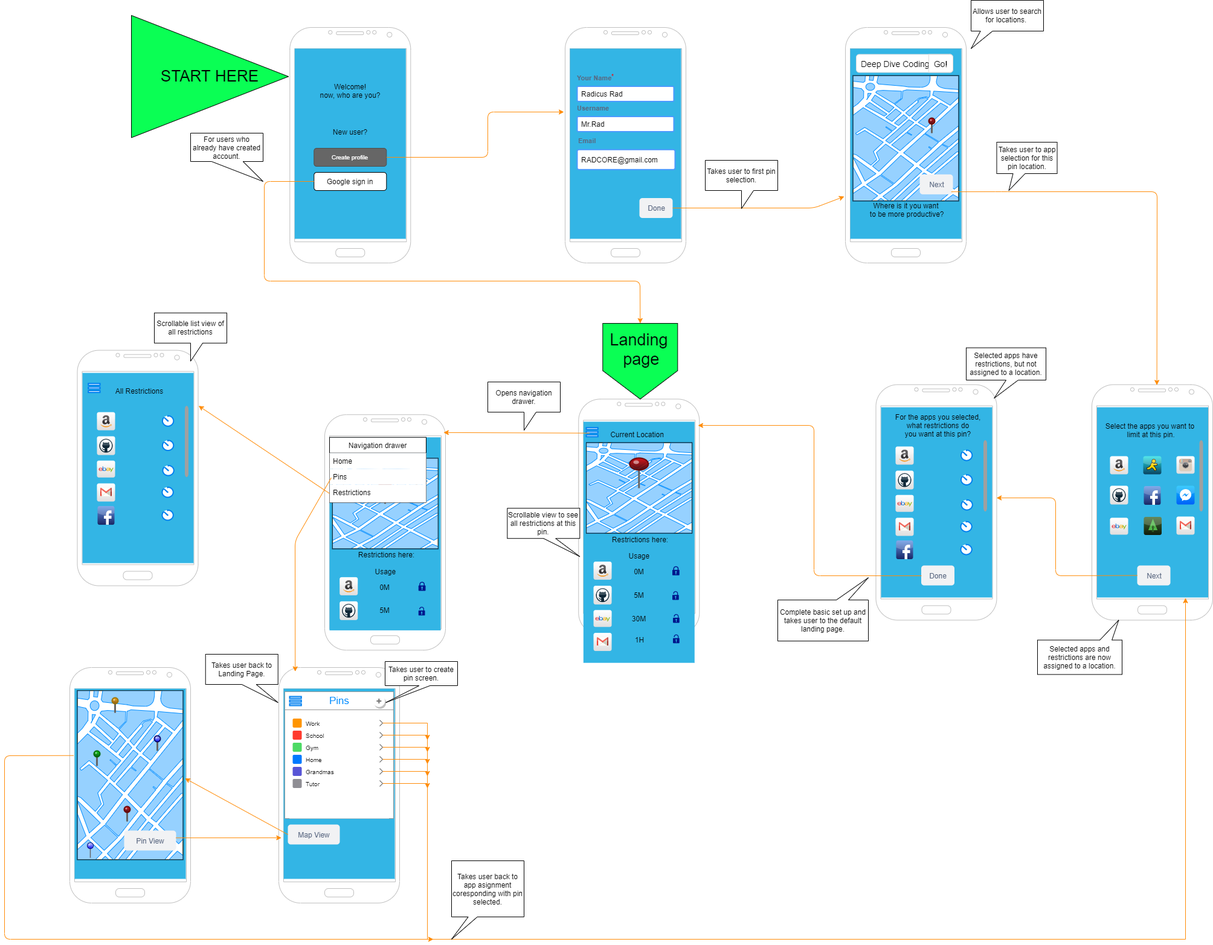
This is docs/wireframe.png from TraceDecker/the-watcher, a draw.io export, as it was before one commit. Source tidied: cells renumbered, new cells last; positions are measured from the earlier drawing's top-left corner, leaving out a move shared by most shapes.
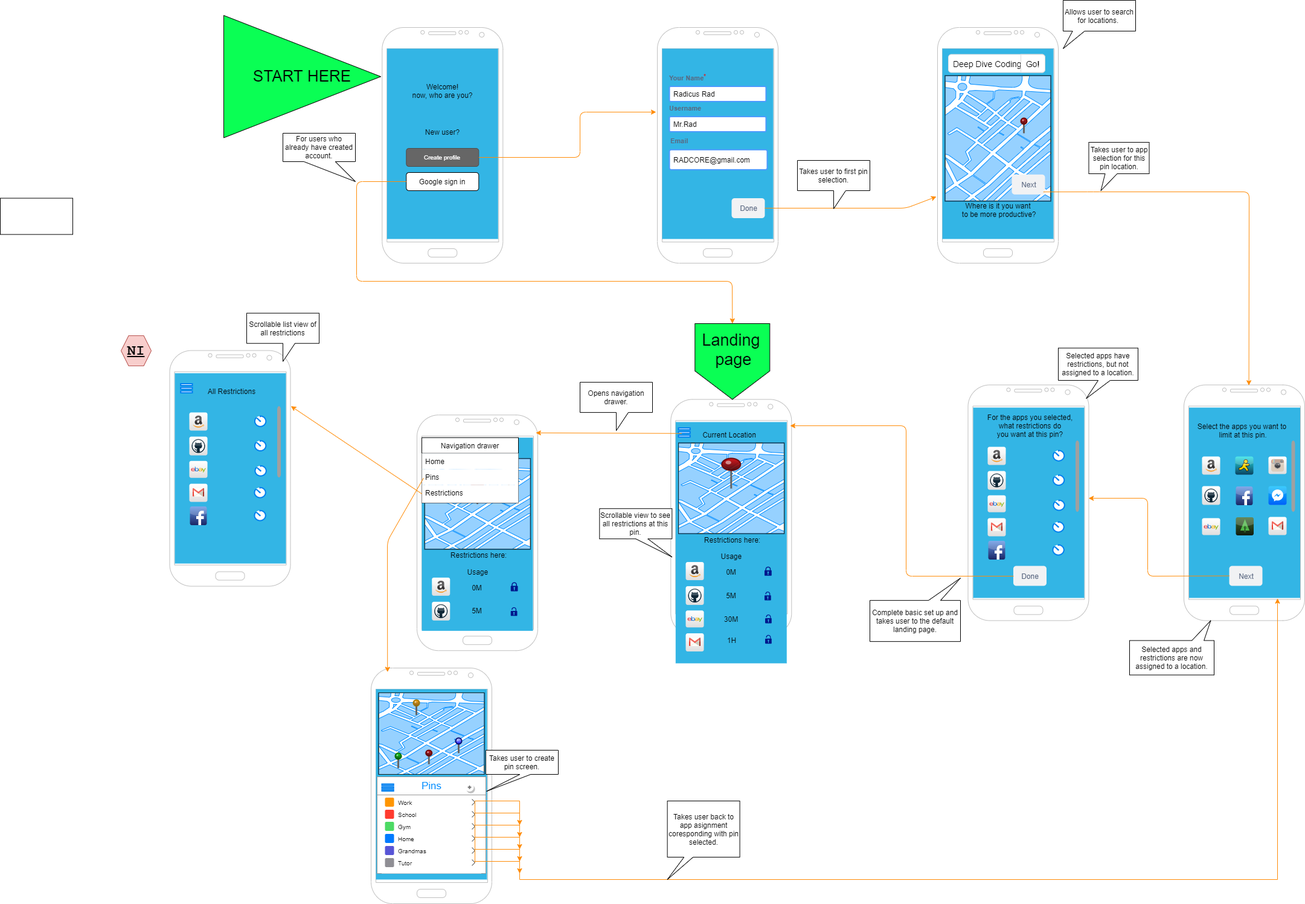
The same file after the commit.

The edit, as a diff of the source:
```diff
@@ -198,13 +198,13 @@
       <mxGeometry x="1034.6" y="936.1" width="30" height="20" as="geometry" />
     </mxCell>
     <mxCell id="59" style="strokeWidth=1;shadow=0;dashed=0;align=center;html=1;shape=mxgraph.mockup.forms.rrect;rSize=0;strokeColor=#999999;fillColor=#ffffff;" parent="1" vertex="1">
-      <mxGeometry x="464" y="1145" width="180" height="210" as="geometry" />
+      <mxGeometry x="464" y="1285" width="180" height="160" as="geometry" />
     </mxCell>
     <mxCell id="60" value="Pins" style="strokeWidth=1;shadow=0;dashed=0;align=center;html=1;shape=mxgraph.mockup.forms.rrect;rSize=0;strokeColor=#999999;fontColor=#008cff;fontSize=17;fillColor=#ffffff;" parent="59" vertex="1">
       <mxGeometry width="180" height="30" relative="1" as="geometry" />
     </mxCell>
     <mxCell id="61" style="shape=rect;strokeColor=none;fillColor=#ffffff;gradientColor=none;shadow=0;" parent="59" vertex="1">
-      <mxGeometry x="8" y="42" width="164" height="168" as="geometry" />
+      <mxGeometry x="8" y="32" width="164" height="128" as="geometry" />
     </mxCell>
     <mxCell id="62" value="Work" style="shape=rect;strokeColor=none;fontSize=10;fontColor=#000000;align=left;spacingLeft=25;spacingTop=2;" parent="61" vertex="1">
       <mxGeometry width="164" height="20" relative="1" as="geometry" />
@@ -295,25 +295,26 @@
       </mxGeometry>
     </mxCell>
     <mxCell id="80" style="shape=ellipse;dashed=0;strokeColor=none;shadow=1;fontSize=13;align=center;verticalAlign=top;labelPosition=center;verticalLabelPosition=bottom;html=1;fillColor=#FFFFFF;" parent="59" vertex="1">
-      <mxGeometry x="146" y="5.6" width="19.7" height="19.7" as="geometry" />
+      <mxGeometry x="146" y="10.3" width="14.1" height="14.1" as="geometry" />
     </mxCell>
     <mxCell id="81" style="dashed=0;html=1;shape=mxgraph.gmdl.plus;strokeColor=#737373;strokeWidth=2;shadow=0;" parent="80" vertex="1">
-      <mxGeometry x="5.9" y="5.9" width="7.9" height="7.9" as="geometry" />
+      <mxGeometry x="4.2" y="4.2" width="5.6" height="5.6" as="geometry" />
     </mxCell>
     <mxCell id="82" style="html=1;verticalLabelPosition=bottom;align=center;labelBackgroundColor=#ffffff;verticalAlign=top;strokeWidth=2;strokeColor=#0080F0;shadow=0;dashed=0;shape=mxgraph.ios7.icons.options;" parent="59" vertex="1">
-      <mxGeometry x="8" y="8" width="19.2" height="15" as="geometry" />
+      <mxGeometry x="8" y="12.1" width="19.2" height="11.4" as="geometry" />
     </mxCell>
     <mxCell id="83" style="edgeStyle=orthogonalEdgeStyle;rounded=0;jettySize=auto;html=1;exitX=1;exitY=0.5;exitDx=0;exitDy=0;exitPerimeter=0;entryX=0.775;entryY=0.906;entryDx=0;entryDy=0;entryPerimeter=0;strokeColor=#FF8C08;" parent="1" edge="1" source="79" target="6">
       <mxGeometry relative="1" as="geometry">
         <Array as="points">
-          <mxPoint x="700" y="1297" />
-          <mxPoint x="700" y="1555" />
-          <mxPoint x="1955" y="1555" />
+          <mxPoint x="626" y="1325" />
+          <mxPoint x="700" y="1325" />
+          <mxPoint x="700" y="1455" />
+          <mxPoint x="1955" y="1455" />
         </Array>
       </mxGeometry>
     </mxCell>
     <mxCell id="84" value="Takes user back to app asignment coresponding with pin selected." style="shape=callout;whiteSpace=wrap;html=1;perimeter=calloutPerimeter;fillColor=#FFFFFF;position2=0;size=37;position=0.23;base=15;" parent="1" vertex="1">
-      <mxGeometry x="740" y="1425" width="120" height="130" as="geometry" />
+      <mxGeometry x="944.6" y="1325" width="120" height="130" as="geometry" />
     </mxCell>
     <mxCell id="85" style="verticalLabelPosition=bottom;verticalAlign=top;html=1;shadow=0;dashed=0;strokeWidth=1;shape=mxgraph.android.phone2;strokeColor=#c0c0c0;fillColor=#FFFFFF;" parent="1" vertex="1">
       <mxGeometry x="1442.5" y="636.5" width="200" height="390" as="geometry" />
@@ -367,36 +368,53 @@
       <mxGeometry x="1592" y="575.5" width="132" height="83.5" as="geometry" />
     </mxCell>
     <mxCell id="98" value="Takes user to create pin screen." style="shape=callout;whiteSpace=wrap;html=1;perimeter=calloutPerimeter;fillColor=#FFFFFF;position2=0.01;size=28;position=0.47;base=18;" parent="1" vertex="1">
-      <mxGeometry x="630" y="1095" width="120" height="68" as="geometry" />
+      <mxGeometry x="644" y="1241" width="120" height="68" as="geometry" />
     </mxCell>
     <mxCell id="99" style="edgeStyle=orthogonalEdgeStyle;rounded=0;jettySize=auto;html=1;exitX=1;exitY=0.5;exitDx=0;exitDy=0;exitPerimeter=0;strokeColor=#FF8C08;" parent="1" edge="1" source="76">
       <mxGeometry relative="1" as="geometry">
-        <mxPoint x="700" y="1305" as="targetPoint" />
+        <mxPoint x="700" y="1445" as="targetPoint" />
+        <Array as="points">
+          <mxPoint x="626" y="1425" />
+          <mxPoint x="700" y="1425" />
+        </Array>
       </mxGeometry>
     </mxCell>
     <mxCell id="100" style="edgeStyle=orthogonalEdgeStyle;rounded=0;jettySize=auto;html=1;exitX=1;exitY=0.5;exitDx=0;exitDy=0;exitPerimeter=0;strokeColor=#FF8C08;" parent="1" edge="1" source="73">
       <mxGeometry relative="1" as="geometry">
-        <mxPoint x="700" y="1285" as="targetPoint" />
+        <mxPoint x="700" y="1425" as="targetPoint" />
+        <Array as="points">
+          <mxPoint x="626" y="1405" />
+          <mxPoint x="700" y="1405" />
+        </Array>
       </mxGeometry>
     </mxCell>
     <mxCell id="101" style="edgeStyle=orthogonalEdgeStyle;rounded=0;jettySize=auto;html=1;exitX=1;exitY=0.5;exitDx=0;exitDy=0;exitPerimeter=0;strokeColor=#FF8C08;" parent="1" edge="1" source="70">
       <mxGeometry relative="1" as="geometry">
-        <mxPoint x="700" y="1265" as="targetPoint" />
+        <mxPoint x="700" y="1405" as="targetPoint" />
+        <Array as="points">
+          <mxPoint x="626" y="1385" />
+          <mxPoint x="700" y="1385" />
+        </Array>
       </mxGeometry>
     </mxCell>
     <mxCell id="102" style="edgeStyle=orthogonalEdgeStyle;rounded=0;jettySize=auto;html=1;exitX=1;exitY=0.5;exitDx=0;exitDy=0;exitPerimeter=0;strokeColor=#FF8C08;" parent="1" edge="1" source="67">
       <mxGeometry relative="1" as="geometry">
-        <mxPoint x="700" y="1245" as="targetPoint" />
+        <mxPoint x="700" y="1385" as="targetPoint" />
+        <Array as="points">
+          <mxPoint x="626" y="1365" />
+          <mxPoint x="700" y="1365" />
+        </Array>
       </mxGeometry>
     </mxCell>
     <mxCell id="103" style="edgeStyle=orthogonalEdgeStyle;rounded=0;jettySize=auto;html=1;exitX=1;exitY=0.5;exitDx=0;exitDy=0;exitPerimeter=0;strokeColor=#FF8C08;" parent="1" edge="1" source="64">
       <mxGeometry relative="1" as="geometry">
-        <mxPoint x="700" y="1225" as="targetPoint" />
+        <mxPoint x="700" y="1365" as="targetPoint" />
+        <Array as="points">
+          <mxPoint x="626" y="1345" />
+          <mxPoint x="700" y="1345" />
+        </Array>
       </mxGeometry>
     </mxCell>
-    <mxCell id="104" value="Takes user back to Landing Page." style="shape=callout;whiteSpace=wrap;html=1;perimeter=calloutPerimeter;fillColor=#FFFFFF;position2=1;base=24;" parent="1" vertex="1">
-      <mxGeometry x="332.7" y="1083" width="120" height="80" as="geometry" />
-    </mxCell>
     <mxCell id="105" value="&lt;font style=&quot;font-size: 26px&quot;&gt;START HERE&lt;/font&gt;" style="triangle;whiteSpace=wrap;html=1;fillColor=#0AFF54;" parent="1" vertex="1">
       <mxGeometry x="210" y="25" width="260" height="202.5" as="geometry" />
     </mxCell>
@@ -526,42 +544,21 @@
     <mxCell id="147" value="Restrictions" style="text;strokeColor=none;fillColor=#ffffff;align=left;verticalAlign=top;spacingLeft=4;spacingRight=4;overflow=hidden;points=[[0,0.5],[1,0.5]];portConstraint=eastwest;" parent="144" vertex="1">
       <mxGeometry y="78" width="160" height="30" as="geometry" />
     </mxCell>
-    <mxCell id="148" style="verticalLabelPosition=bottom;verticalAlign=top;html=1;shadow=0;dashed=0;strokeWidth=1;shape=mxgraph.android.phone2;strokeColor=#c0c0c0;fillColor=#FFFFFF;" parent="1" vertex="1">
-      <mxGeometry x="108" y="1105" width="200" height="390" as="geometry" />
-    </mxCell>
-    <mxCell id="149" style="verticalLabelPosition=bottom;verticalAlign=top;html=1;shadow=0;dashed=0;strokeWidth=1;strokeColor=none;shape=rect;fillColor=#33b5e5;rounded=0;" parent="1" vertex="1">
-      <mxGeometry x="116" y="1140" width="184" height="315" as="geometry" />
-    </mxCell>
     <mxCell id="150" style="verticalLabelPosition=bottom;verticalAlign=top;html=1;shadow=0;dashed=0;strokeWidth=1;shape=mxgraph.ios.iBgMap;strokeColor=#18211b;strokeColor2=#008cff;fillColor2=#96D1FF;fillColor=#ffffff;" parent="1" vertex="1">
-      <mxGeometry x="120.5" y="1143.2" width="175" height="280" as="geometry" />
+      <mxGeometry x="466.5" y="1146" width="175" height="135" as="geometry" />
     </mxCell>
     <mxCell id="151" style="verticalLabelPosition=top;shadow=0;dashed=0;align=center;html=1;verticalAlign=bottom;strokeWidth=1;shape=mxgraph.mockup.misc.pin;fillColor2=#ccccff;fillColor3=#0000ff;strokeColor=#000066;fillColor=#ffffff;" parent="1" vertex="1">
-      <mxGeometry x="248" y="1218" width="10" height="25" as="geometry" />
+      <mxGeometry x="594" y="1220.8" width="10" height="25" as="geometry" />
     </mxCell>
     <mxCell id="152" style="verticalLabelPosition=top;shadow=0;dashed=0;align=center;html=1;verticalAlign=bottom;strokeWidth=1;shape=mxgraph.mockup.misc.pin;fillColor2=#dd0000;fillColor3=#440000;strokeColor=#660000;fillColor=#ffffff;" parent="1" vertex="1">
-      <mxGeometry x="198" y="1335" width="10" height="25" as="geometry" />
+      <mxGeometry x="544.7" y="1241" width="10" height="23.2" as="geometry" />
     </mxCell>
     <mxCell id="153" style="verticalLabelPosition=top;shadow=0;dashed=0;align=center;html=1;verticalAlign=bottom;strokeWidth=1;shape=mxgraph.mockup.misc.pin;fillColor2=#00dd00;fillColor3=#004400;strokeColor=#006600;fillColor=#ffffff;" parent="1" vertex="1">
-      <mxGeometry x="148" y="1243" width="10" height="25" as="geometry" />
+      <mxGeometry x="494" y="1245.8" width="10" height="25" as="geometry" />
     </mxCell>
     <mxCell id="154" style="verticalLabelPosition=top;shadow=0;dashed=0;align=center;html=1;verticalAlign=bottom;strokeWidth=1;shape=mxgraph.mockup.misc.pin;fillColor2=#ffa500;fillColor3=#885000;strokeColor=#997000;fillColor=#ffffff;" parent="1" vertex="1">
-      <mxGeometry x="178" y="1155" width="10" height="25" as="geometry" />
+      <mxGeometry x="524" y="1157.8" width="10" height="25" as="geometry" />
     </mxCell>
-    <mxCell id="155" style="verticalLabelPosition=top;html=1;shadow=0;dashed=0;verticalAlign=bottom;strokeWidth=1;shape=mxgraph.ios.iPin;fillColor2=#ccccff;fillColor3=#0000ff;strokeColor=#000066;fillColor=#ffffff;" parent="1" vertex="1">
-      <mxGeometry x="137" y="1395" width="10" height="25" as="geometry" />
-    </mxCell>
-    <mxCell id="156" value="Map View" style="rounded=1;fillColor=#F1F2F4;strokeColor=none;html=1;fontColor=#596780;align=center;verticalAlign=middle;fontStyle=0;fontSize=12;" parent="1" vertex="1">
-      <mxGeometry x="469" y="1365" width="86" height="33" as="geometry" />
-    </mxCell>
-    <mxCell id="157" style="endArrow=classic;html=1;strokeColor=#FF8C08;exitX=0;exitY=0.5;exitDx=0;exitDy=0;entryX=1.019;entryY=0.519;entryDx=0;entryDy=0;entryPerimeter=0;" parent="1" edge="1" source="156" target="150">
-      <mxGeometry relative="1" as="geometry" />
-    </mxCell>
-    <mxCell id="158" value="Pin View" style="rounded=1;fillColor=#F1F2F4;strokeColor=none;html=1;fontColor=#596780;align=center;verticalAlign=middle;fontStyle=0;fontSize=12;" parent="1" vertex="1">
-      <mxGeometry x="198" y="1375" width="86" height="33" as="geometry" />
-    </mxCell>
-    <mxCell id="159" style="endArrow=classic;html=1;strokeColor=#FF8C08;exitX=0.932;exitY=0.871;exitDx=0;exitDy=0;exitPerimeter=0;entryX=0.022;entryY=0.723;entryDx=0;entryDy=0;entryPerimeter=0;" parent="1" edge="1" source="150" target="8">
-      <mxGeometry relative="1" as="geometry" />
-    </mxCell>
     <mxCell id="160" style="verticalLabelPosition=bottom;verticalAlign=top;html=1;shadow=0;dashed=0;strokeWidth=1;shape=mxgraph.android.phone2;strokeColor=#c0c0c0;fillColor=#FFFFFF;" parent="1" vertex="1">
       <mxGeometry x="120.5" y="579.6" width="200" height="390" as="geometry" />
     </mxCell>
@@ -623,14 +620,11 @@
     <mxCell id="178" value="Opens navigation drawer." style="shape=callout;whiteSpace=wrap;html=1;perimeter=calloutPerimeter;fillColor=#ffffff;" parent="1" vertex="1">
       <mxGeometry x="800" y="632.1" width="120" height="80" as="geometry" />
     </mxCell>
-    <mxCell id="179" style="endArrow=classic;html=1;strokeColor=#FF8C08;exitX=-0.035;exitY=0.384;exitDx=0;exitDy=0;exitPerimeter=0;" parent="1" edge="1" source="150">
-      <mxGeometry relative="1" as="geometry">
-        <mxPoint x="710" y="1555" as="targetPoint" />
-        <Array as="points">
-          <mxPoint y="1251" />
-          <mxPoint y="1555" />
-        </Array>
-      </mxGeometry>
-    </mxCell>
+    <mxCell id="180" value="&lt;pre&gt;&lt;b&gt;&lt;u&gt;&lt;font style=&quot;font-size: 24px&quot;&gt;NI&lt;/font&gt;&lt;/u&gt;&lt;/b&gt;&lt;/pre&gt;" style="shape=hexagon;perimeter=hexagonPerimeter2;whiteSpace=wrap;html=1;fillColor=#f8cecc;strokeColor=#b85450;" parent="1" vertex="1">
+      <mxGeometry x="40" y="555" width="50" height="50" as="geometry" />
+    </mxCell>
+    <mxCell id="181" style="rounded=0;whiteSpace=wrap;html=1;" parent="1" vertex="1">
+      <mxGeometry x="-160" y="327.5" width="120" height="60" as="geometry" />
+    </mxCell>
   </root>
 </mxGraphModel>
```
